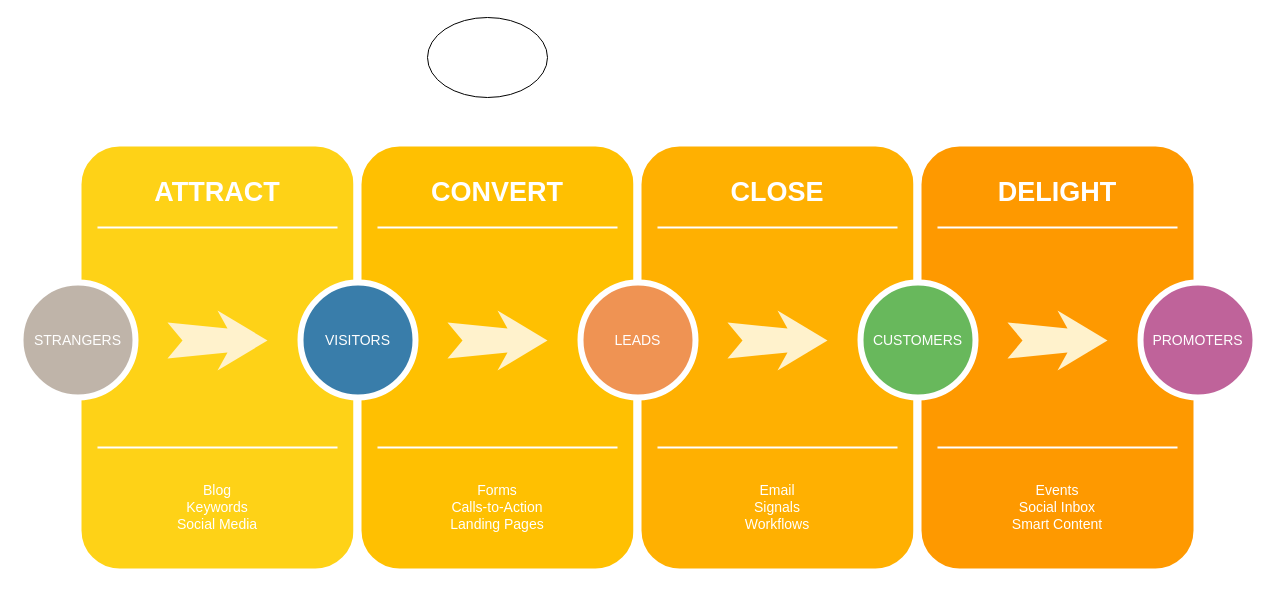
Above: Untitled Diagram.drawio in benzly/fastBlur (draw.io), before the change. Source tidied: cells renumbered, new cells numbered last; positions are measured from the earlier drawing's top-left corner, leaving out a move shared by most shapes. Both pictures are drawn from the tidied source at 100%, with x=0, y=0 at pixel (20, 17).
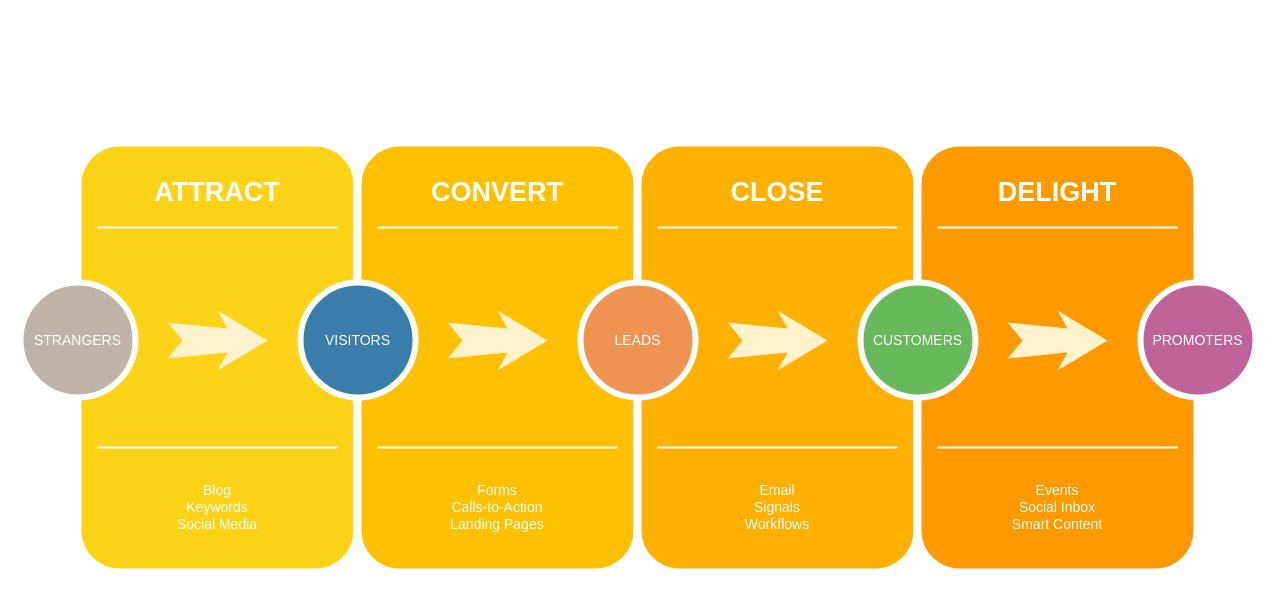
Above is the later version.

Diff of the diagram source:
```diff
@@
-    <mxCell id="31" style="ellipse;whiteSpace=wrap;html=1;" parent="1" vertex="1">
-      <mxGeometry x="407" width="120" height="80" as="geometry" />
-    </mxCell>
```
